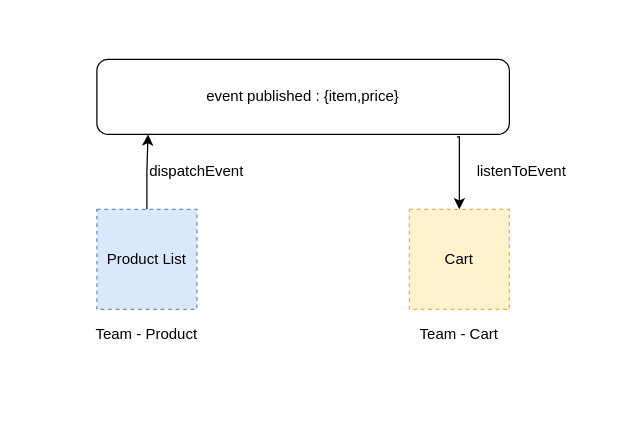
Earlier version of the draw.io diagram Untitled Diagram.drawio (rushtokunal/Microfrontend-Communication). Source tidied: cells renumbered, new cells numbered last; positions are measured from the earlier drawing's top-left corner, leaving out a move shared by most shapes. Both pictures are drawn from the tidied source at 125%, with x=0, y=0 at pixel (84, 59).
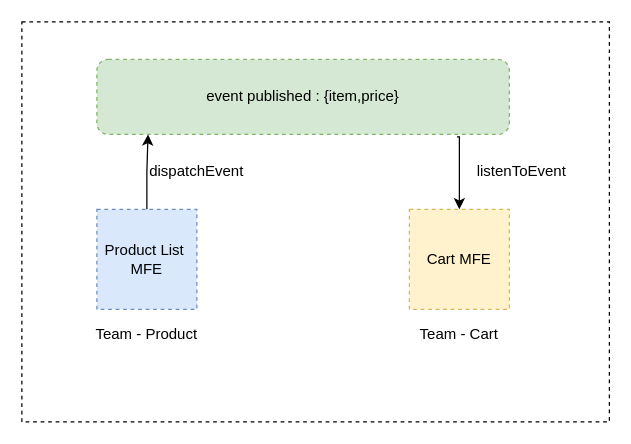
The same diagram, later.

Diff of the diagram source:
```diff
@@
 <mxGraphModel>
   <root>
     <mxCell id="0" />
     <mxCell id="1" parent="0" />
+    <mxCell id="11" style="rounded=0;whiteSpace=wrap;html=1;dashed=1;" parent="1" vertex="1">
+      <mxGeometry x="-50" y="-30" width="470" height="320" as="geometry" />
+    </mxCell>
     <mxCell id="2" style="edgeStyle=orthogonalEdgeStyle;rounded=0;jettySize=auto;html=1;exitX=0.5;exitY=0;exitDx=0;exitDy=0;entryX=0.124;entryY=1;entryDx=0;entryDy=0;entryPerimeter=0;" parent="1" edge="1" source="3" target="6">
       <mxGeometry relative="1" as="geometry" />
     </mxCell>
-    <mxCell id="3" value="Product List" style="whiteSpace=wrap;html=1;fillColor=#dae8fc;strokeColor=#6c8ebf;dashed=1;" parent="1" vertex="1">
+    <mxCell id="3" value="Product List&amp;nbsp;&lt;br&gt;MFE" style="whiteSpace=wrap;html=1;fillColor=#dae8fc;strokeColor=#6c8ebf;dashed=1;" parent="1" vertex="1">
       <mxGeometry x="10" y="120" width="80" height="80" as="geometry" />
     </mxCell>
-    <mxCell id="4" value="Cart" style="whiteSpace=wrap;html=1;fillColor=#fff2cc;strokeColor=#d6b656;dashed=1;" parent="1" vertex="1">
+    <mxCell id="4" value="Cart MFE" style="whiteSpace=wrap;html=1;fillColor=#fff2cc;strokeColor=#d6b656;dashed=1;" parent="1" vertex="1">
       <mxGeometry x="260" y="120" width="80" height="80" as="geometry" />
     </mxCell>
     <mxCell id="5" style="edgeStyle=orthogonalEdgeStyle;rounded=0;jettySize=auto;html=1;exitX=0.873;exitY=1.033;exitDx=0;exitDy=0;entryX=0.5;entryY=0;entryDx=0;entryDy=0;exitPerimeter=0;" parent="1" edge="1" source="6" target="4">
       <mxGeometry relative="1" as="geometry">
         <Array as="points">
           <mxPoint x="300" y="62" />
         </Array>
       </mxGeometry>
     </mxCell>
-    <mxCell id="6" value="event published : {item,price}" style="rounded=1;whiteSpace=wrap;html=1;" parent="1" vertex="1">
+    <mxCell id="6" value="event published : {item,price}" style="rounded=1;whiteSpace=wrap;html=1;fillColor=#d5e8d4;strokeColor=#82b366;dashed=1;" parent="1" vertex="1">
       <mxGeometry x="10" width="330" height="60" as="geometry" />
     </mxCell>
     <mxCell id="7" value="Team - Product" style="text;html=1;strokeColor=none;fillColor=none;align=center;verticalAlign=middle;whiteSpace=wrap;rounded=0;" parent="1" vertex="1">
       <mxGeometry y="210" width="100" height="20" as="geometry" />
     </mxCell>
     <mxCell id="8" value="Team - Cart" style="text;html=1;strokeColor=none;fillColor=none;align=center;verticalAlign=middle;whiteSpace=wrap;rounded=0;" parent="1" vertex="1">
       <mxGeometry x="250" y="210" width="100" height="20" as="geometry" />
     </mxCell>
     <mxCell id="9" value="dispatchEvent" style="text;html=1;strokeColor=none;fillColor=none;align=center;verticalAlign=middle;whiteSpace=wrap;rounded=0;" parent="1" vertex="1">
       <mxGeometry x="70" y="80" width="40" height="20" as="geometry" />
     </mxCell>
     <mxCell id="10" value="listenToEvent" style="text;html=1;strokeColor=none;fillColor=none;align=center;verticalAlign=middle;whiteSpace=wrap;rounded=0;" parent="1" vertex="1">
       <mxGeometry x="330" y="80" width="40" height="20" as="geometry" />
     </mxCell>
   </root>
 </mxGraphModel>
```
